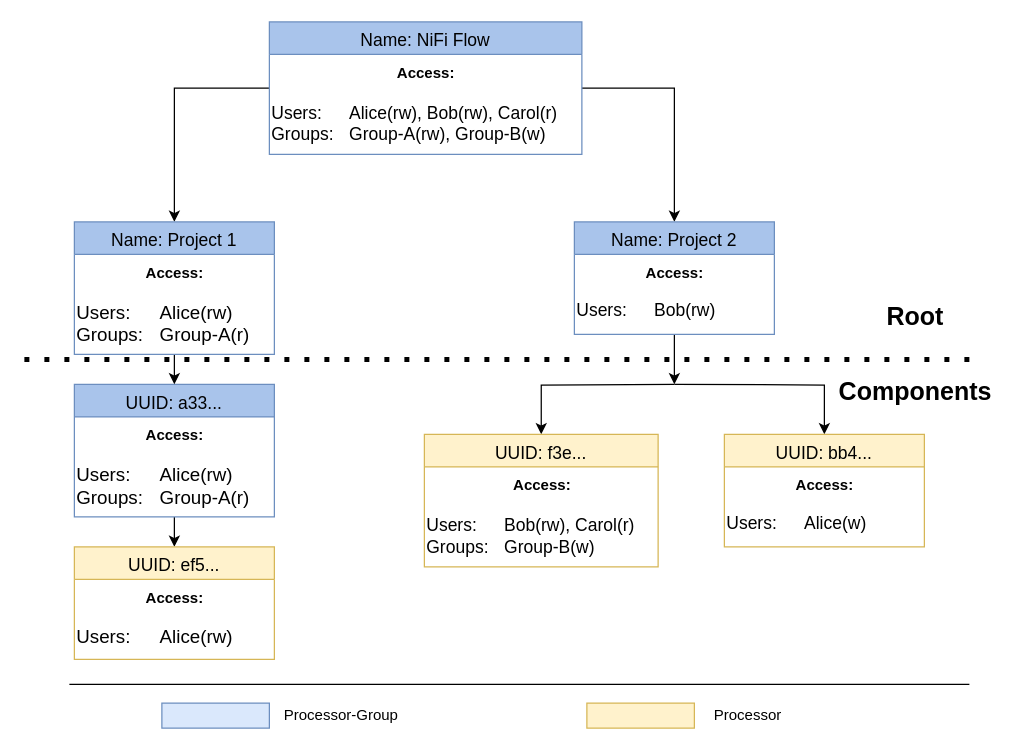
Earlier version of the draw.io diagram docs/images/test-scenario.drawio (DavidGitter/nifi-opa-plugin). Source tidied: cells renumbered, new cells numbered last; positions are measured from the earlier drawing's top-left corner, leaving out a move shared by most shapes. Both pictures are drawn from the tidied source at 125%, with x=0, y=0 at pixel (24, 21).
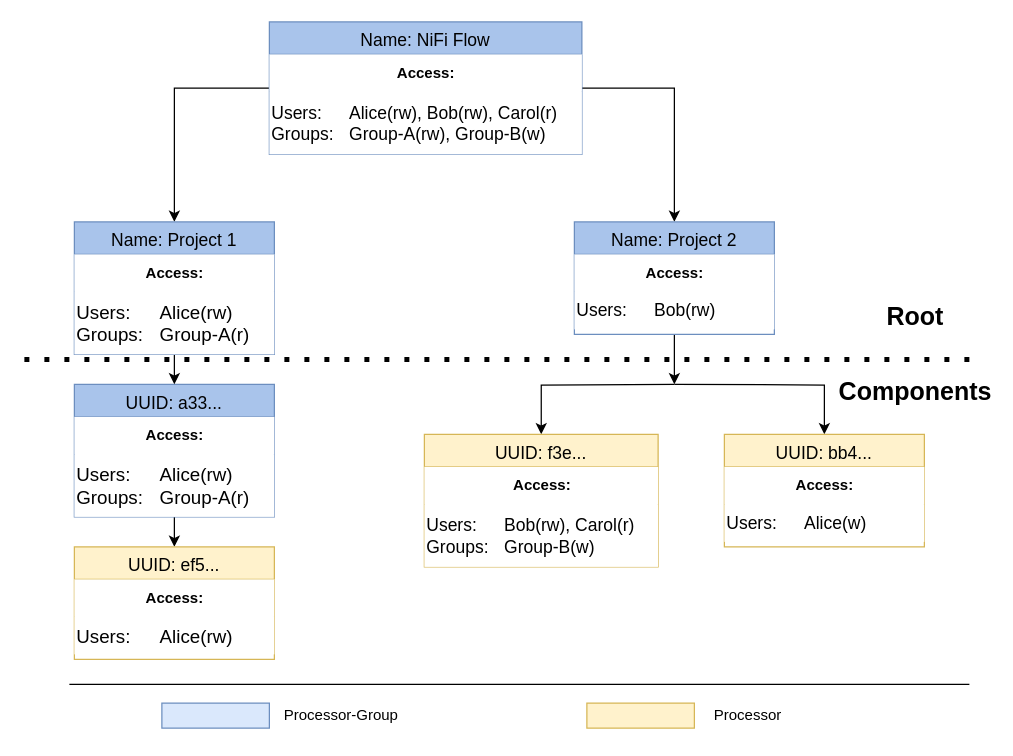
Above is the later version.

The change refers to these unchanged cells:
```xml
<mxCell id="4" value="Name: NiFi Flow" style="swimlane;fontStyle=0;align=center;verticalAlign=top;horizontal=1;startSize=26;rounded=0;shadow=0;strokeWidth=1;fillColor=#A9C4EB;strokeColor=#6c8ebf;fontSize=14;" parent="1" vertex="1">
  <mxGeometry x="196" width="250" height="106" as="geometry" />
</mxCell>
<mxCell id="13" value="UUID: ef5..." style="swimlane;fontStyle=0;align=center;verticalAlign=top;horizontal=1;startSize=26;rounded=0;shadow=0;strokeWidth=1;fillColor=#fff2cc;strokeColor=#d6b656;fontSize=14;" parent="1" vertex="1">
  <mxGeometry x="40" y="420" width="160" height="90" as="geometry" />
</mxCell>
<mxCell id="16" value="UUID: f3e..." style="swimlane;fontStyle=0;align=center;verticalAlign=top;horizontal=1;startSize=26;rounded=0;shadow=0;strokeWidth=1;fillColor=#fff2cc;strokeColor=#d6b656;fontSize=14;" parent="1" vertex="1">
  <mxGeometry x="320" y="330" width="187" height="106" as="geometry" />
</mxCell>
<mxCell id="19" value="UUID: bb4..." style="swimlane;fontStyle=0;align=center;verticalAlign=top;horizontal=1;startSize=26;rounded=0;shadow=0;strokeWidth=1;fillColor=#fff2cc;strokeColor=#d6b656;fontSize=14;" parent="1" vertex="1">
  <mxGeometry x="560" y="330" width="160" height="90" as="geometry" />
</mxCell>
<mxCell id="23" value="Name: Project 2" style="swimlane;fontStyle=0;align=center;verticalAlign=top;horizontal=1;startSize=26;rounded=0;shadow=0;strokeWidth=1;fillColor=#A9C4EB;strokeColor=#6c8ebf;fontSize=14;" parent="1" vertex="1">
  <mxGeometry x="440" y="160" width="160" height="90" as="geometry" />
</mxCell>
<mxCell id="27" value="Name: Project 1" style="swimlane;fontStyle=0;align=center;verticalAlign=top;horizontal=1;startSize=26;rounded=0;shadow=0;strokeWidth=1;fillColor=#A9C4EB;strokeColor=#6c8ebf;fontSize=14;" parent="1" vertex="1">
  <mxGeometry x="40" y="160" width="160" height="106" as="geometry" />
</mxCell>
```

What changed in the source:
```diff
@@
-    <mxCell id="5" value="&lt;b&gt;Access:&lt;/b&gt;" style="text;html=1;align=center;verticalAlign=middle;strokeColor=none;fillColor=none;" parent="4" vertex="1">
+    <mxCell id="5" value="&lt;b&gt;Access:&lt;/b&gt;" style="text;html=1;align=center;verticalAlign=middle;strokeColor=none;fillColor=default;" parent="4" vertex="1">
       <mxGeometry y="26" width="250" height="30" as="geometry" />
     </mxCell>
-    <mxCell id="6" value="&lt;span&gt;&lt;font&gt;Users: &lt;span style=&quot;white-space: pre;&quot;&gt;&#9;&lt;/span&gt;Alice(rw), Bob&lt;/font&gt;&lt;/span&gt;&lt;span&gt;(rw)&lt;/span&gt;&lt;span&gt;&lt;font&gt;, Carol&lt;/font&gt;&lt;/span&gt;&lt;span&gt;(r)&lt;/span&gt;&lt;div&gt;&lt;span&gt;Groups: &lt;span style=&quot;white-space: pre;&quot;&gt;&#9;&lt;/span&gt;Group-A(rw), Group-B(w)&lt;/span&gt;&lt;/div&gt;" style="text;html=1;align=left;verticalAlign=middle;strokeColor=none;fillColor=none;fontStyle=0;fontSize=14;" parent="4" vertex="1">
+    <mxCell id="6" value="&lt;span&gt;&lt;font&gt;Users: &lt;span style=&quot;white-space: pre;&quot;&gt;&#9;&lt;/span&gt;Alice(rw), Bob&lt;/font&gt;&lt;/span&gt;&lt;span&gt;(rw)&lt;/span&gt;&lt;span&gt;&lt;font&gt;, Carol&lt;/font&gt;&lt;/span&gt;&lt;span&gt;(r)&lt;/span&gt;&lt;div&gt;&lt;span&gt;Groups: &lt;span style=&quot;white-space: pre;&quot;&gt;&#9;&lt;/span&gt;Group-A(rw), Group-B(w)&lt;/span&gt;&lt;/div&gt;" style="text;html=1;align=left;verticalAlign=middle;strokeColor=none;fillColor=default;fontStyle=0;fontSize=14;" parent="4" vertex="1">
       <mxGeometry y="56" width="250" height="50" as="geometry" />
     </mxCell>
@@
-    <mxCell id="8" value="UUID: a33...&#10;" style="swimlane;fontStyle=0;align=center;verticalAlign=top;horizontal=1;startSize=26;rounded=0;shadow=0;strokeWidth=1;fillColor=#A9C4EB;strokeColor=#6c8ebf;fontSize=14;" parent="1" vertex="1">
+    <mxCell id="8" value="UUID: a33...&#10;" style="swimlane;fontStyle=0;align=center;verticalAlign=top;horizontal=1;startSize=26;rounded=0;shadow=0;strokeWidth=1;fillColor=#A9C4EB;strokeColor=#6c8ebf;fontSize=14;fillStyle=solid;" parent="1" vertex="1">
       <mxGeometry x="40" y="290" width="160" height="106" as="geometry" />
     </mxCell>
-    <mxCell id="9" value="&lt;b&gt;Access:&lt;/b&gt;" style="text;html=1;align=center;verticalAlign=middle;strokeColor=none;fillColor=none;" parent="8" vertex="1">
+    <mxCell id="9" value="&lt;b&gt;Access:&lt;/b&gt;" style="text;html=1;align=center;verticalAlign=middle;strokeColor=none;fillColor=default;" parent="8" vertex="1">
       <mxGeometry y="26" width="160" height="30" as="geometry" />
     </mxCell>
-    <mxCell id="10" value="&lt;span style=&quot;font-size: 15px;&quot;&gt;Users:&amp;nbsp;&lt;/span&gt;&lt;span style=&quot;font-size: 15px; white-space-collapse: preserve;&quot;&gt;&#9;&lt;/span&gt;&lt;span style=&quot;font-size: 15px;&quot;&gt;Alice&lt;/span&gt;&lt;span style=&quot;font-size: 15px;&quot;&gt;(rw)&lt;/span&gt;&lt;div style=&quot;font-size: 15px;&quot;&gt;Groups:&amp;nbsp;&lt;span style=&quot;white-space-collapse: preserve;&quot;&gt;&#9;&lt;/span&gt;Group-A(r)&lt;/div&gt;" style="text;html=1;align=left;verticalAlign=middle;strokeColor=none;fillColor=none;fontStyle=0;fontSize=14;" parent="8" vertex="1">
+    <mxCell id="10" value="&lt;span style=&quot;font-size: 15px;&quot;&gt;Users:&amp;nbsp;&lt;/span&gt;&lt;span style=&quot;font-size: 15px; white-space-collapse: preserve;&quot;&gt;&#9;&lt;/span&gt;&lt;span style=&quot;font-size: 15px;&quot;&gt;Alice&lt;/span&gt;&lt;span style=&quot;font-size: 15px;&quot;&gt;(rw)&lt;/span&gt;&lt;div style=&quot;font-size: 15px;&quot;&gt;Groups:&amp;nbsp;&lt;span style=&quot;white-space-collapse: preserve;&quot;&gt;&#9;&lt;/span&gt;Group-A(r)&lt;/div&gt;" style="text;html=1;align=left;verticalAlign=middle;strokeColor=none;fillColor=default;fontStyle=0;fontSize=14;" parent="8" vertex="1">
       <mxGeometry y="56" width="160" height="50" as="geometry" />
     </mxCell>
@@
-    <mxCell id="14" value="&lt;b&gt;Access:&lt;/b&gt;" style="text;html=1;align=center;verticalAlign=middle;strokeColor=none;fillColor=none;" parent="13" vertex="1">
+    <mxCell id="14" value="&lt;b&gt;Access:&lt;/b&gt;" style="text;html=1;align=center;verticalAlign=middle;strokeColor=none;fillColor=default;" parent="13" vertex="1">
       <mxGeometry y="26" width="160" height="30" as="geometry" />
     </mxCell>
-    <mxCell id="15" value="&lt;span style=&quot;font-size: 15px;&quot;&gt;Users:&amp;nbsp;&lt;/span&gt;&lt;span style=&quot;font-size: 15px; white-space-collapse: preserve;&quot;&gt;&#9;&lt;/span&gt;&lt;span style=&quot;font-size: 15px;&quot;&gt;Alice&lt;/span&gt;&lt;span style=&quot;font-size: 15px;&quot;&gt;(rw)&lt;/span&gt;" style="text;html=1;align=left;verticalAlign=middle;strokeColor=none;fillColor=none;fontStyle=0;fontSize=14;" parent="13" vertex="1">
+    <mxCell id="15" value="&lt;span style=&quot;font-size: 15px;&quot;&gt;Users:&amp;nbsp;&lt;/span&gt;&lt;span style=&quot;font-size: 15px; white-space-collapse: preserve;&quot;&gt;&#9;&lt;/span&gt;&lt;span style=&quot;font-size: 15px;&quot;&gt;Alice&lt;/span&gt;&lt;span style=&quot;font-size: 15px;&quot;&gt;(rw)&lt;/span&gt;" style="text;html=1;align=left;verticalAlign=middle;strokeColor=none;fillColor=default;fontStyle=0;fontSize=14;" parent="13" vertex="1">
       <mxGeometry y="56" width="160" height="30" as="geometry" />
     </mxCell>
@@
-    <mxCell id="17" value="&lt;b&gt;Access:&lt;/b&gt;" style="text;html=1;align=center;verticalAlign=middle;strokeColor=none;fillColor=none;" parent="16" vertex="1">
+    <mxCell id="17" value="&lt;b&gt;Access:&lt;/b&gt;" style="text;html=1;align=center;verticalAlign=middle;strokeColor=none;fillColor=default;" parent="16" vertex="1">
       <mxGeometry y="26" width="187" height="30" as="geometry" />
     </mxCell>
-    <mxCell id="18" value="&lt;span&gt;&lt;span&gt;Users:&lt;span style=&quot;white-space: pre;&quot;&gt;&#9;&lt;/span&gt;Bob&lt;/span&gt;&lt;/span&gt;&lt;span&gt;(rw)&lt;/span&gt;&lt;span&gt;&lt;span&gt;,&lt;/span&gt;&lt;span&gt; Carol&lt;/span&gt;&lt;/span&gt;&lt;span&gt;(r)&lt;br&gt;Groups:&lt;span style=&quot;white-space: pre;&quot;&gt;&#9;&lt;/span&gt;Group-B(w)&lt;/span&gt;" style="text;html=1;align=left;verticalAlign=middle;strokeColor=none;fillColor=none;fontStyle=0;fontSize=14;" parent="16" vertex="1">
+    <mxCell id="18" value="&lt;span&gt;&lt;span&gt;Users:&lt;span style=&quot;white-space: pre;&quot;&gt;&#9;&lt;/span&gt;Bob&lt;/span&gt;&lt;/span&gt;&lt;span&gt;(rw)&lt;/span&gt;&lt;span&gt;&lt;span&gt;,&lt;/span&gt;&lt;span&gt; Carol&lt;/span&gt;&lt;/span&gt;&lt;span&gt;(r)&lt;br&gt;Groups:&lt;span style=&quot;white-space: pre;&quot;&gt;&#9;&lt;/span&gt;Group-B(w)&lt;/span&gt;" style="text;html=1;align=left;verticalAlign=middle;strokeColor=none;fillColor=default;fontStyle=0;fontSize=14;" parent="16" vertex="1">
       <mxGeometry y="56" width="187" height="50" as="geometry" />
     </mxCell>
@@
-    <mxCell id="20" value="&lt;b&gt;Access:&lt;/b&gt;" style="text;html=1;align=center;verticalAlign=middle;strokeColor=none;fillColor=none;" parent="19" vertex="1">
+    <mxCell id="20" value="&lt;b&gt;Access:&lt;/b&gt;" style="text;html=1;align=center;verticalAlign=middle;strokeColor=none;fillColor=default;" parent="19" vertex="1">
       <mxGeometry y="26" width="160" height="30" as="geometry" />
     </mxCell>
-    <mxCell id="21" value="&lt;font&gt;&lt;span&gt;Users:&lt;span style=&quot;white-space: pre;&quot;&gt;&#9;&lt;/span&gt;Alice(w)&lt;/span&gt;&lt;/font&gt;" style="text;html=1;align=left;verticalAlign=middle;strokeColor=none;fillColor=none;fontStyle=0;fontSize=14;" parent="19" vertex="1">
+    <mxCell id="21" value="&lt;font&gt;&lt;span&gt;Users:&lt;span style=&quot;white-space: pre;&quot;&gt;&#9;&lt;/span&gt;Alice(w)&lt;/span&gt;&lt;/font&gt;" style="text;html=1;align=left;verticalAlign=middle;strokeColor=none;fillColor=default;fontStyle=0;fontSize=14;" parent="19" vertex="1">
       <mxGeometry y="56" width="160" height="30" as="geometry" />
     </mxCell>
@@
-    <mxCell id="24" value="&lt;b&gt;Access:&lt;/b&gt;" style="text;html=1;align=center;verticalAlign=middle;strokeColor=none;fillColor=none;" parent="23" vertex="1">
+    <mxCell id="24" value="&lt;b&gt;Access:&lt;/b&gt;" style="text;html=1;align=center;verticalAlign=middle;strokeColor=none;fillColor=default;" parent="23" vertex="1">
       <mxGeometry y="26" width="160" height="30" as="geometry" />
     </mxCell>
-    <mxCell id="25" value="&lt;font&gt;&lt;span&gt;Users: &lt;span style=&quot;white-space: pre;&quot;&gt;&#9;&lt;/span&gt;Bob&lt;/span&gt;&lt;/font&gt;&lt;span&gt;(rw)&lt;/span&gt;" style="text;html=1;align=left;verticalAlign=middle;strokeColor=none;fillColor=none;fontStyle=0;fontSize=14;" parent="23" vertex="1">
+    <mxCell id="25" value="&lt;font&gt;&lt;span&gt;Users: &lt;span style=&quot;white-space: pre;&quot;&gt;&#9;&lt;/span&gt;Bob&lt;/span&gt;&lt;/font&gt;&lt;span&gt;(rw)&lt;/span&gt;" style="text;html=1;align=left;verticalAlign=middle;strokeColor=none;fillColor=default;fontStyle=0;fontSize=14;" parent="23" vertex="1">
       <mxGeometry y="56" width="160" height="30" as="geometry" />
     </mxCell>
@@
-    <mxCell id="28" value="&lt;b style=&quot;&quot;&gt;Access:&lt;/b&gt;" style="text;html=1;align=center;verticalAlign=middle;strokeColor=none;fillColor=none;" parent="27" vertex="1">
+    <mxCell id="28" value="&lt;b style=&quot;&quot;&gt;Access:&lt;/b&gt;" style="text;html=1;align=center;verticalAlign=middle;strokeColor=none;fillColor=default;" parent="27" vertex="1">
       <mxGeometry y="26" width="160" height="30" as="geometry" />
     </mxCell>
-    <mxCell id="29" value="Users: &lt;span style=&quot;white-space: pre;&quot;&gt;&#9;&lt;/span&gt;Alice&lt;span&gt;(rw)&lt;/span&gt;&lt;div style=&quot;&quot;&gt;&lt;span&gt;Groups: &lt;span style=&quot;white-space: pre;&quot;&gt;&#9;&lt;/span&gt;Group-A(r)&lt;/span&gt;&lt;/div&gt;" style="text;html=1;align=left;verticalAlign=middle;strokeColor=none;fillColor=none;fontStyle=0;fontSize=15;" parent="27" vertex="1">
+    <mxCell id="29" value="Users: &lt;span style=&quot;white-space: pre;&quot;&gt;&#9;&lt;/span&gt;Alice&lt;span&gt;(rw)&lt;/span&gt;&lt;div style=&quot;&quot;&gt;&lt;span&gt;Groups: &lt;span style=&quot;white-space: pre;&quot;&gt;&#9;&lt;/span&gt;Group-A(r)&lt;/span&gt;&lt;/div&gt;" style="text;html=1;align=left;verticalAlign=middle;strokeColor=none;fillColor=default;fontStyle=0;fontSize=15;" parent="27" vertex="1">
       <mxGeometry y="56" width="160" height="50" as="geometry" />
     </mxCell>
```
